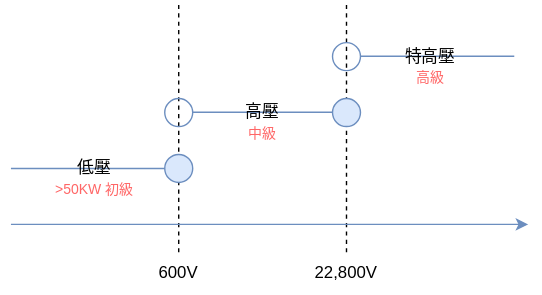
Before: docs/image/安全衛生管理員/電壓.drawio.svg, a diagram exported from draw.io (YuCH-Hank/OSH). Source tidied: cells renumbered, new cells last; positions are measured from the earlier drawing's top-left corner, leaving out a move shared by most shapes. Source of this version:
```xml
<mxGraphModel>
  <root>
    <mxCell id="0" />
    <mxCell id="1" parent="0" />
    <mxCell id="2" style="endArrow=none;dashed=1;html=1;" parent="1" edge="1">
      <mxGeometry relative="1" as="geometry">
        <mxPoint x="120" y="180" as="sourcePoint" />
        <mxPoint x="120" as="targetPoint" />
      </mxGeometry>
    </mxCell>
    <mxCell id="3" style="endArrow=none;dashed=1;html=1;" parent="1" edge="1">
      <mxGeometry relative="1" as="geometry">
        <mxPoint x="240" y="180" as="sourcePoint" />
        <mxPoint x="240" as="targetPoint" />
      </mxGeometry>
    </mxCell>
    <mxCell id="4" style="edgeStyle=none;orthogonalLoop=1;jettySize=auto;html=1;fillColor=#dae8fc;strokeColor=#6c8ebf;" parent="1" edge="1">
      <mxGeometry relative="1" as="geometry">
        <mxPoint y="160" as="sourcePoint" />
        <mxPoint x="370" y="160" as="targetPoint" />
      </mxGeometry>
    </mxCell>
    <mxCell id="5" style="endArrow=none;html=1;fillColor=#dae8fc;strokeColor=#6c8ebf;" parent="1" edge="1" target="6">
      <mxGeometry relative="1" as="geometry">
        <mxPoint y="120" as="sourcePoint" />
      </mxGeometry>
    </mxCell>
    <mxCell id="6" style="ellipse;whiteSpace=wrap;html=1;fillColor=#dae8fc;strokeColor=#6c8ebf;" parent="1" vertex="1">
      <mxGeometry x="110" y="110" width="20" height="20" as="geometry" />
    </mxCell>
    <mxCell id="7" style="ellipse;whiteSpace=wrap;html=1;fillColor=none;strokeColor=#6c8ebf;" parent="1" vertex="1">
      <mxGeometry x="110" y="70" width="20" height="20" as="geometry" />
    </mxCell>
    <mxCell id="8" style="endArrow=none;html=1;fillColor=#dae8fc;strokeColor=#6c8ebf;" parent="1" edge="1">
      <mxGeometry relative="1" as="geometry">
        <mxPoint x="130" y="79.8" as="sourcePoint" />
        <mxPoint x="240" y="79.8" as="targetPoint" />
      </mxGeometry>
    </mxCell>
    <mxCell id="9" style="ellipse;whiteSpace=wrap;html=1;fillColor=#dae8fc;strokeColor=#6c8ebf;" parent="1" vertex="1">
      <mxGeometry x="230" y="70" width="20" height="20" as="geometry" />
    </mxCell>
    <mxCell id="10" style="ellipse;whiteSpace=wrap;html=1;fillColor=none;strokeColor=#6c8ebf;" parent="1" vertex="1">
      <mxGeometry x="230" y="30" width="20" height="20" as="geometry" />
    </mxCell>
    <mxCell id="11" style="endArrow=none;html=1;fillColor=#dae8fc;strokeColor=#6c8ebf;" parent="1" edge="1">
      <mxGeometry relative="1" as="geometry">
        <mxPoint x="250" y="39.8" as="sourcePoint" />
        <mxPoint x="360" y="39.8" as="targetPoint" />
      </mxGeometry>
    </mxCell>
    <mxCell id="12" value="600V" style="text;html=1;align=center;verticalAlign=middle;whiteSpace=wrap;rounded=0;" parent="1" vertex="1">
      <mxGeometry x="90" y="180" width="60" height="30" as="geometry" />
    </mxCell>
    <mxCell id="13" value="22,800V" style="text;html=1;align=center;verticalAlign=middle;whiteSpace=wrap;rounded=0;" parent="1" vertex="1">
      <mxGeometry x="210" y="180" width="60" height="30" as="geometry" />
    </mxCell>
    <mxCell id="14" value="低壓" style="text;html=1;align=center;verticalAlign=middle;whiteSpace=wrap;rounded=0;" parent="1" vertex="1">
      <mxGeometry x="30" y="105" width="60" height="30" as="geometry" />
    </mxCell>
    <mxCell id="15" value="高壓" style="text;html=1;align=center;verticalAlign=middle;whiteSpace=wrap;rounded=0;" parent="1" vertex="1">
      <mxGeometry x="150" y="65" width="60" height="30" as="geometry" />
    </mxCell>
    <mxCell id="16" value="特高壓" style="text;html=1;align=center;verticalAlign=middle;whiteSpace=wrap;rounded=0;" parent="1" vertex="1">
      <mxGeometry x="270" y="25" width="60" height="30" as="geometry" />
    </mxCell>
    <mxCell id="17" value="&amp;gt;50KW 初級" style="text;html=1;align=center;verticalAlign=middle;whiteSpace=wrap;rounded=0;fontSize=10;fontColor=#FF6666;" parent="1" vertex="1">
      <mxGeometry x="20" y="120" width="80" height="30" as="geometry" />
    </mxCell>
    <mxCell id="18" value="中級" style="text;html=1;align=center;verticalAlign=middle;whiteSpace=wrap;rounded=0;fontSize=10;fontColor=#FF6666;" parent="1" vertex="1">
      <mxGeometry x="140" y="80" width="80" height="30" as="geometry" />
    </mxCell>
    <mxCell id="19" value="&amp;nbsp;高級" style="text;html=1;align=center;verticalAlign=middle;whiteSpace=wrap;rounded=0;fontSize=10;fontColor=#FF6666;" parent="1" vertex="1">
      <mxGeometry x="260" y="40" width="80" height="30" as="geometry" />
    </mxCell>
  </root>
</mxGraphModel>
```
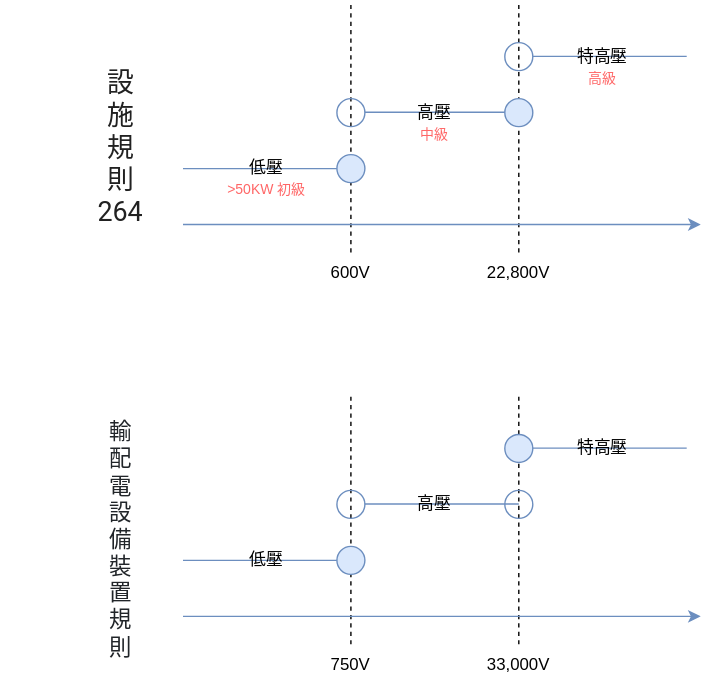
The same diagram one commit later.

The edit, as a diff of the source:
```diff
@@ -73,5 +73,73 @@
     <mxCell id="19" value="&amp;nbsp;高級" style="text;html=1;align=center;verticalAlign=middle;whiteSpace=wrap;rounded=0;fontSize=10;fontColor=#FF6666;" parent="1" vertex="1">
       <mxGeometry x="260" y="40" width="80" height="30" as="geometry" />
     </mxCell>
+    <mxCell id="20" style="endArrow=none;dashed=1;html=1;" parent="1" edge="1">
+      <mxGeometry relative="1" as="geometry">
+        <mxPoint x="120" y="460" as="sourcePoint" />
+        <mxPoint x="120" y="280" as="targetPoint" />
+      </mxGeometry>
+    </mxCell>
+    <mxCell id="21" style="endArrow=none;dashed=1;html=1;" parent="1" edge="1">
+      <mxGeometry relative="1" as="geometry">
+        <mxPoint x="240" y="460" as="sourcePoint" />
+        <mxPoint x="240" y="280" as="targetPoint" />
+      </mxGeometry>
+    </mxCell>
+    <mxCell id="22" style="edgeStyle=none;orthogonalLoop=1;jettySize=auto;html=1;fillColor=#dae8fc;strokeColor=#6c8ebf;" parent="1" edge="1">
+      <mxGeometry relative="1" as="geometry">
+        <mxPoint y="440" as="sourcePoint" />
+        <mxPoint x="370" y="440" as="targetPoint" />
+      </mxGeometry>
+    </mxCell>
+    <mxCell id="23" style="endArrow=none;html=1;fillColor=#dae8fc;strokeColor=#6c8ebf;" parent="1" edge="1" target="24">
+      <mxGeometry relative="1" as="geometry">
+        <mxPoint y="400" as="sourcePoint" />
+      </mxGeometry>
+    </mxCell>
+    <mxCell id="24" style="ellipse;whiteSpace=wrap;html=1;fillColor=#dae8fc;strokeColor=#6c8ebf;" parent="1" vertex="1">
+      <mxGeometry x="110" y="390" width="20" height="20" as="geometry" />
+    </mxCell>
+    <mxCell id="25" style="ellipse;whiteSpace=wrap;html=1;fillColor=none;strokeColor=#6c8ebf;" parent="1" vertex="1">
+      <mxGeometry x="110" y="350" width="20" height="20" as="geometry" />
+    </mxCell>
+    <mxCell id="26" style="endArrow=none;html=1;fillColor=#dae8fc;strokeColor=#6c8ebf;" parent="1" edge="1">
+      <mxGeometry relative="1" as="geometry">
+        <mxPoint x="130" y="359.8" as="sourcePoint" />
+        <mxPoint x="240" y="359.8" as="targetPoint" />
+      </mxGeometry>
+    </mxCell>
+    <mxCell id="27" style="ellipse;whiteSpace=wrap;html=1;fillColor=none;strokeColor=#6c8ebf;" parent="1" vertex="1">
+      <mxGeometry x="230" y="350" width="20" height="20" as="geometry" />
+    </mxCell>
+    <mxCell id="28" style="ellipse;whiteSpace=wrap;html=1;fillColor=#dae8fc;strokeColor=#6c8ebf;" parent="1" vertex="1">
+      <mxGeometry x="230" y="310" width="20" height="20" as="geometry" />
+    </mxCell>
+    <mxCell id="29" style="endArrow=none;html=1;fillColor=#dae8fc;strokeColor=#6c8ebf;" parent="1" edge="1">
+      <mxGeometry relative="1" as="geometry">
+        <mxPoint x="250" y="319.8" as="sourcePoint" />
+        <mxPoint x="360" y="319.8" as="targetPoint" />
+      </mxGeometry>
+    </mxCell>
+    <mxCell id="30" value="750V" style="text;html=1;align=center;verticalAlign=middle;whiteSpace=wrap;rounded=0;" parent="1" vertex="1">
+      <mxGeometry x="90" y="460" width="60" height="30" as="geometry" />
+    </mxCell>
+    <mxCell id="31" value="33,000V" style="text;html=1;align=center;verticalAlign=middle;whiteSpace=wrap;rounded=0;" parent="1" vertex="1">
+      <mxGeometry x="210" y="460" width="60" height="30" as="geometry" />
+    </mxCell>
+    <mxCell id="32" value="低壓" style="text;html=1;align=center;verticalAlign=middle;whiteSpace=wrap;rounded=0;" parent="1" vertex="1">
+      <mxGeometry x="30" y="385" width="60" height="30" as="geometry" />
+    </mxCell>
+    <mxCell id="33" value="高壓" style="text;html=1;align=center;verticalAlign=middle;whiteSpace=wrap;rounded=0;" parent="1" vertex="1">
+      <mxGeometry x="150" y="345" width="60" height="30" as="geometry" />
+    </mxCell>
+    <mxCell id="34" value="特高壓" style="text;html=1;align=center;verticalAlign=middle;whiteSpace=wrap;rounded=0;" parent="1" vertex="1">
+      <mxGeometry x="270" y="305" width="60" height="30" as="geometry" />
+    </mxCell>
+    <mxCell id="35" value="&lt;span style=&quot;color: rgb(33, 37, 41); font-family: 細明體; font-size: medium; text-align: start; text-wrap-mode: wrap; background-color: rgb(255, 255, 255);&quot;&gt;輸配電設備裝置規則&lt;/span&gt;" style="text;html=1;align=center;verticalAlign=middle;strokeColor=none;fillColor=none;" parent="1" vertex="1">
+      <mxGeometry x="-130" y="370" width="170" height="30" as="geometry" />
+    </mxCell>
+    <mxCell id="36" value="&lt;span style=&quot;color: rgba(0, 0, 0, 0.87); font-family: Roboto, -apple-system, BlinkMacSystemFont, Helvetica, Arial, sans-serif; font-size: 19.2px; text-align: start; text-wrap-mode: wrap; background-color: rgb(255, 255, 255);&quot;&gt;設施規則 264&lt;/span&gt;" style="text;html=1;align=center;verticalAlign=middle;strokeColor=none;fillColor=none;" parent="1" vertex="1">
+      <mxGeometry x="-115" y="85" width="140" height="40" as="geometry" />
+    </mxCell>
   </root>
 </mxGraphModel>
```
